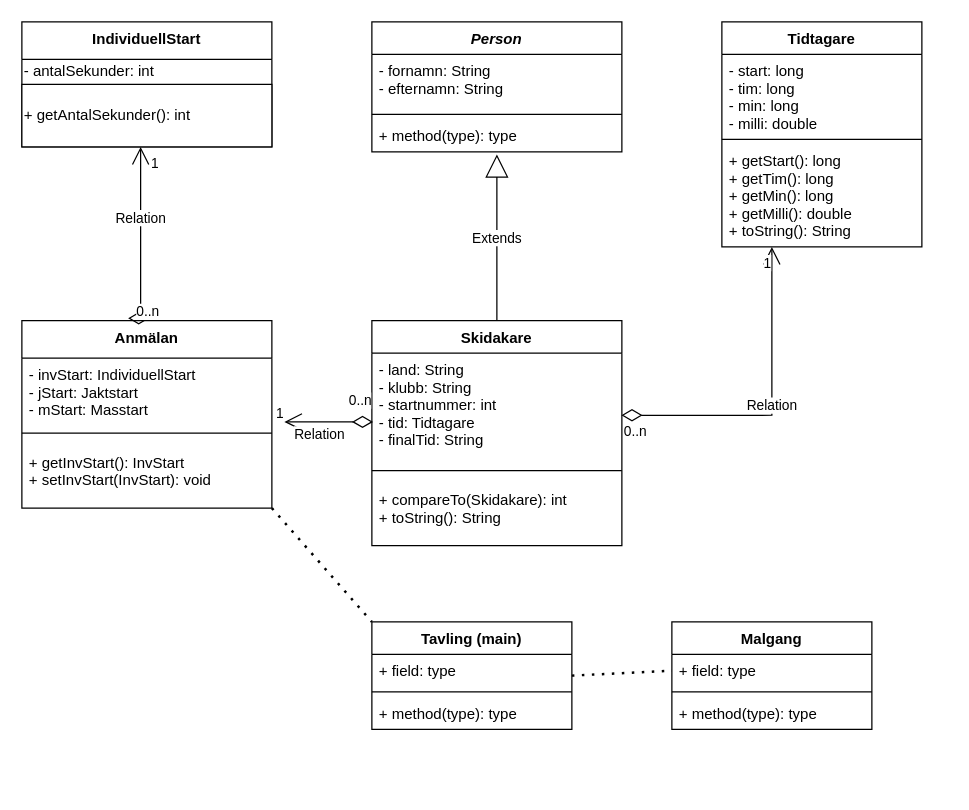
The draw.io diagram klassdiagram/Klassdiagram_gruppuppgift4B.drawio in lisahagberg/langdskidstavlingen, before the edit. Source tidied: cells renumbered, new cells numbered last; positions are measured from the earlier drawing's top-left corner, leaving out a move shared by most shapes. Both pictures are drawn from the tidied source at 125%, with x=0, y=0 at pixel (21, 21).
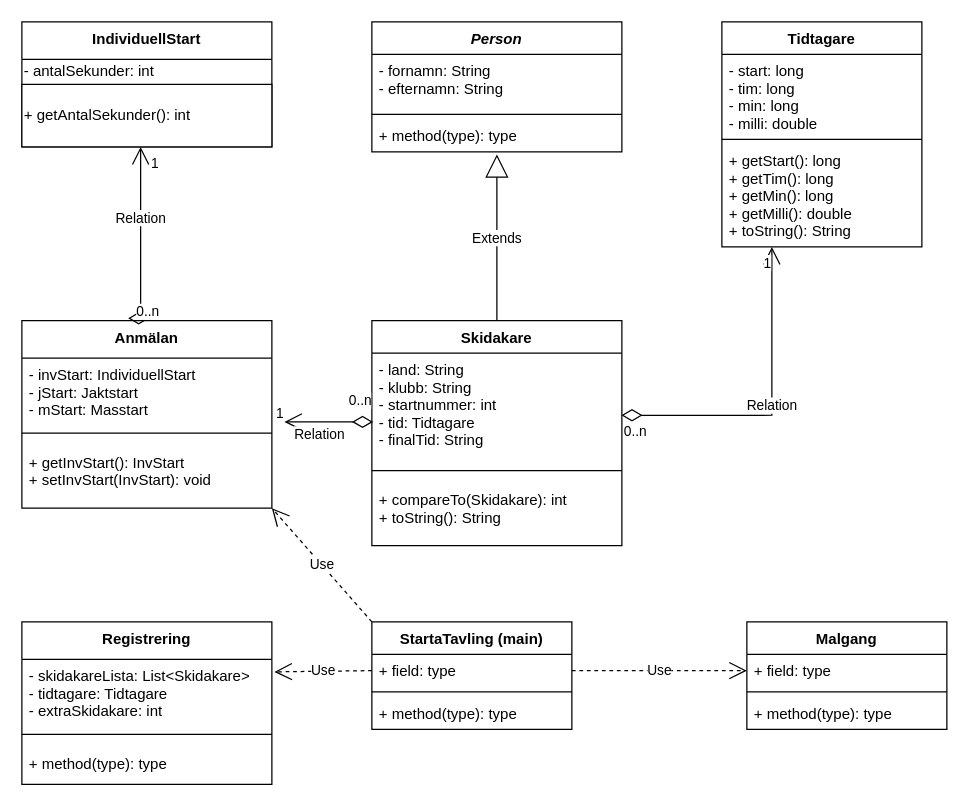
After the change.

The change refers to these unchanged cells:
```xml
<mxCell id="17" value="Anmälan" style="swimlane;fontStyle=1;align=center;verticalAlign=top;horizontal=1;startSize=30;" parent="1" vertex="1">
  <mxGeometry y="239" width="200" height="150" as="geometry" />
</mxCell>
<mxCell id="32" value="+ field: type" style="text;strokeColor=none;fillColor=none;align=left;verticalAlign=top;spacingLeft=4;spacingRight=4;overflow=hidden;points=[[0,0.5],[1,0.5]];portConstraint=eastwest;" parent="31" vertex="1">
  <mxGeometry y="26" width="160" height="26" as="geometry" />
</mxCell>
<mxCell id="36" value="+ field: type" style="text;strokeColor=none;fillColor=none;align=left;verticalAlign=top;spacingLeft=4;spacingRight=4;overflow=hidden;points=[[0,0.5],[1,0.5]];portConstraint=eastwest;" parent="35" vertex="1">
  <mxGeometry y="26" width="160" height="26" as="geometry" />
</mxCell>
```

Change to the diagram source:
```diff
@@
     <mxCell id="31" value="Malgang&#10;" style="swimlane;fontStyle=1;align=center;verticalAlign=top;horizontal=1;startSize=26;" parent="1" vertex="1">
-      <mxGeometry x="520" y="480" width="160" height="86" as="geometry" />
+      <mxGeometry x="580" y="480" width="160" height="86" as="geometry" />
     </mxCell>
@@
-    <mxCell id="35" value="Tavling (main)" style="swimlane;fontStyle=1;align=center;verticalAlign=top;horizontal=1;startSize=26;" parent="1" vertex="1">
+    <mxCell id="35" value="StartaTavling (main)" style="swimlane;fontStyle=1;align=center;verticalAlign=top;horizontal=1;startSize=26;" parent="1" vertex="1">
       <mxGeometry x="280" y="480" width="160" height="86" as="geometry" />
     </mxCell>
@@
-    <mxCell id="39" style="endArrow=none;dashed=1;html=1;dashPattern=1 3;strokeWidth=2;rounded=0;entryX=0;entryY=0;entryDx=0;entryDy=0;exitX=1;exitY=1;exitDx=0;exitDy=0;" parent="1" edge="1" source="17" target="35">
-      <mxGeometry relative="1" as="geometry" />
-    </mxCell>
-    <mxCell id="40" style="endArrow=none;dashed=1;html=1;dashPattern=1 3;strokeWidth=2;rounded=0;entryX=0;entryY=0.5;entryDx=0;entryDy=0;exitX=1;exitY=0.5;exitDx=0;exitDy=0;" parent="1" edge="1" source="35" target="32">
-      <mxGeometry relative="1" as="geometry" />
-    </mxCell>
+    <mxCell id="41" value="Registrering" style="swimlane;fontStyle=1;align=center;verticalAlign=top;horizontal=1;startSize=30;" parent="1" vertex="1">
+      <mxGeometry y="480" width="200" height="130" as="geometry" />
+    </mxCell>
+    <mxCell id="42" value="- skidakareLista: List&lt;Skidakare&gt; &#10;- tidtagare: Tidtagare &#10;- extraSkidakare: int" style="text;strokeColor=none;fillColor=none;align=left;verticalAlign=top;spacingLeft=4;spacingRight=4;overflow=hidden;points=[[0,0.5],[1,0.5]];portConstraint=eastwest;" parent="41" vertex="1">
+      <mxGeometry y="30" width="200" height="50" as="geometry" />
+    </mxCell>
+    <mxCell id="43" style="line;strokeWidth=1;fillColor=none;align=left;verticalAlign=middle;spacingTop=-1;spacingLeft=3;spacingRight=3;labelPosition=right;" parent="41" vertex="1">
+      <mxGeometry y="80" width="200" height="20" as="geometry" />
+    </mxCell>
+    <mxCell id="44" value="+ method(type): type" style="text;strokeColor=none;fillColor=none;align=left;verticalAlign=top;spacingLeft=4;spacingRight=4;overflow=hidden;" parent="41" vertex="1">
+      <mxGeometry y="100" width="200" height="30" as="geometry" />
+    </mxCell>
+    <mxCell id="45" value="Use" style="endArrow=open;endSize=12;dashed=1;html=1;rounded=0;exitX=0;exitY=0;exitDx=0;exitDy=0;entryX=1;entryY=1;entryDx=0;entryDy=0;" parent="1" edge="1" source="35" target="17">
+      <mxGeometry relative="1" as="geometry" />
+    </mxCell>
+    <mxCell id="46" value="Use" style="endArrow=open;endSize=12;dashed=1;html=1;rounded=0;entryX=0;entryY=0.5;entryDx=0;entryDy=0;exitX=1;exitY=0.5;exitDx=0;exitDy=0;" parent="1" edge="1" source="36" target="32">
+      <mxGeometry relative="1" as="geometry" />
+    </mxCell>
+    <mxCell id="47" value="Use" style="endArrow=open;endSize=12;dashed=1;html=1;rounded=0;entryX=1.01;entryY=0.2;entryDx=0;entryDy=0;exitX=0;exitY=0.5;exitDx=0;exitDy=0;entryPerimeter=0;" parent="1" edge="1" source="36" target="42">
+      <mxGeometry relative="1" as="geometry" />
+    </mxCell>
```
